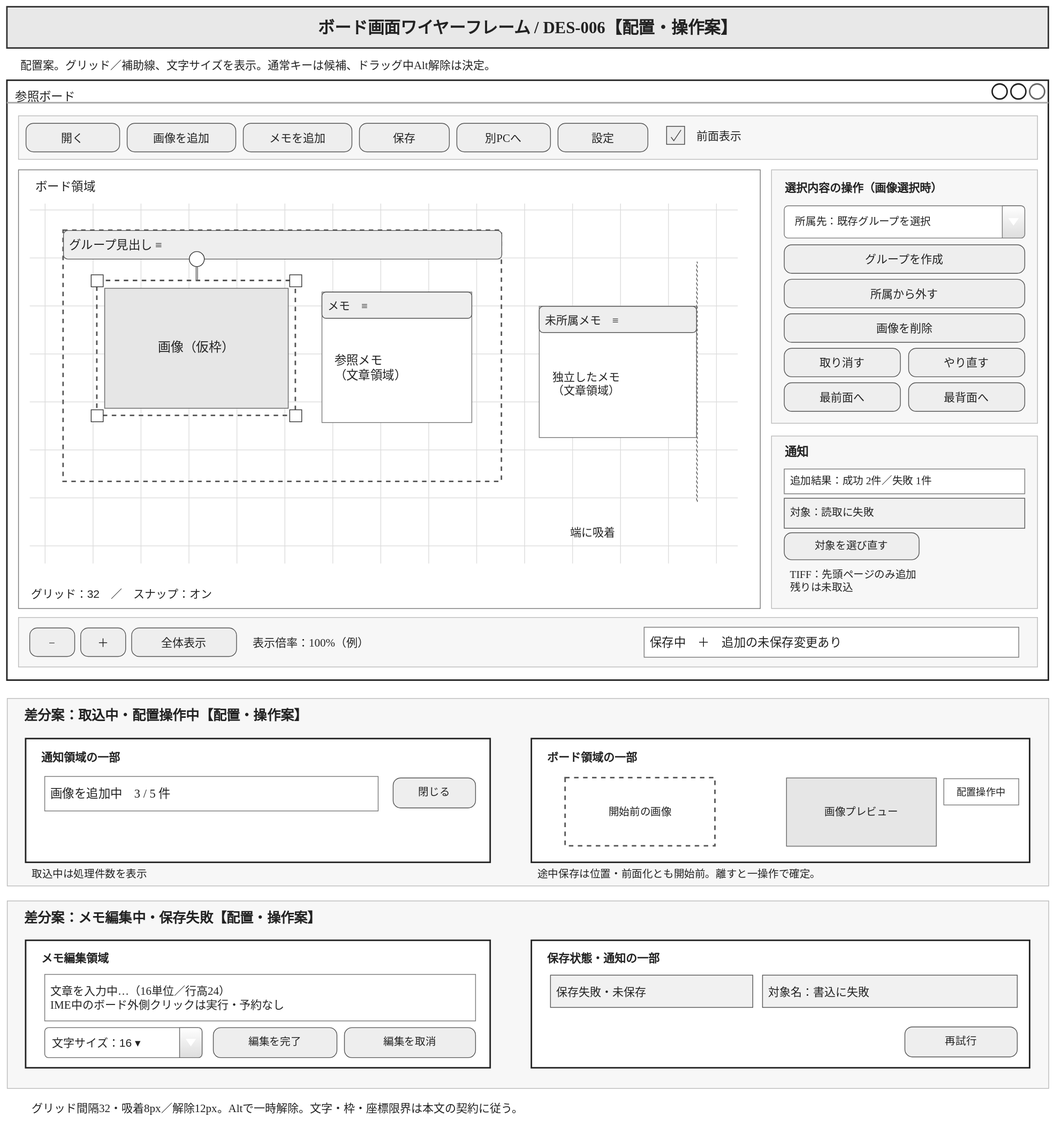
Above: docs/product-design/screen-design/diagrams/board-layout.drawio.svg in myzkkzy/reference-app (draw.io), before the change. Source tidied: cells renumbered, new cells last; positions are measured from the earlier drawing's top-left corner, leaving out a move shared by most shapes.
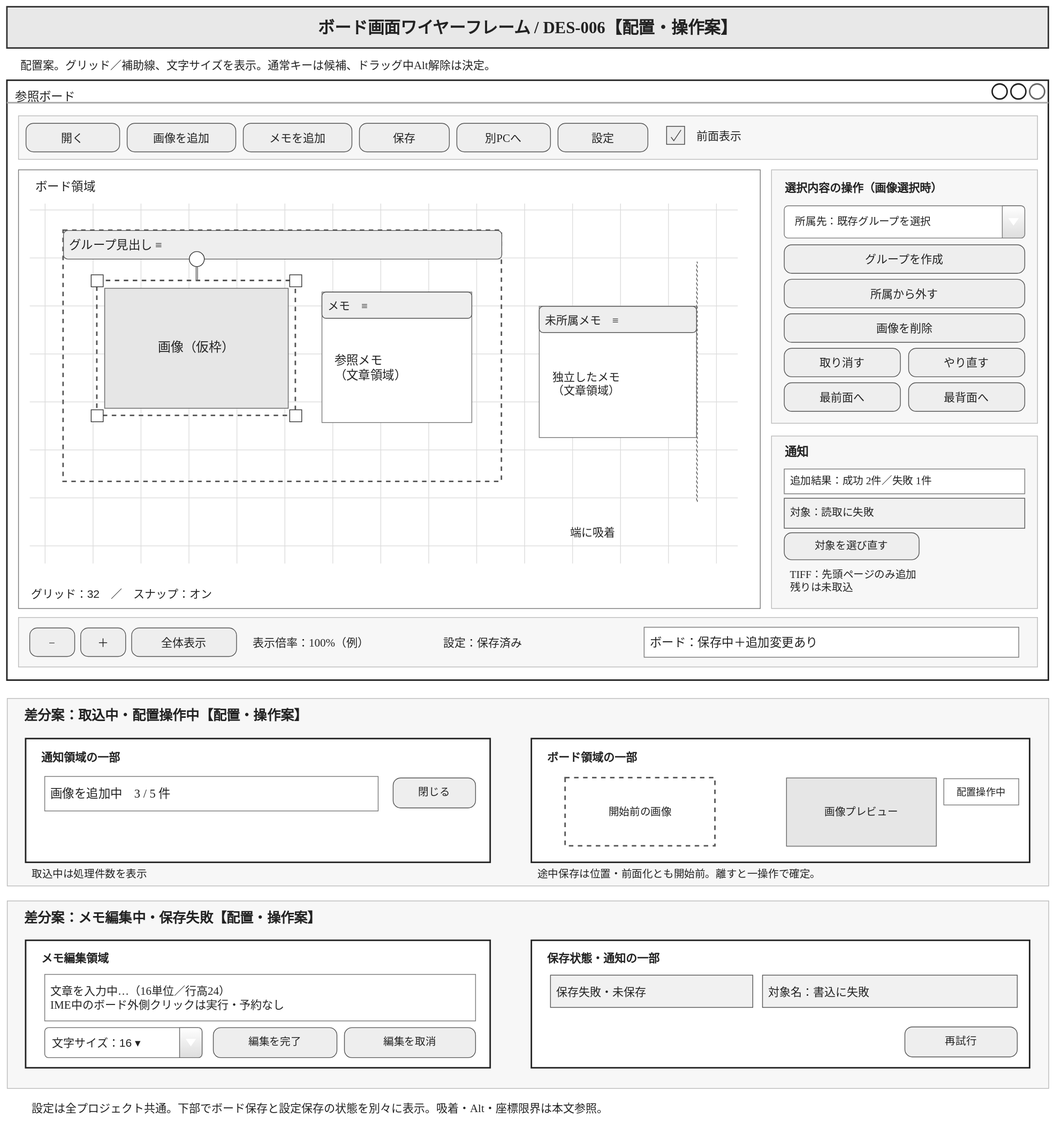
Above is the later version.

The edit, as a diff of the source:
```diff
@@ -212,7 +212,7 @@
     <mxCell id="71" value="表示倍率：100%（例）" style="rounded=0;fillColor=none;strokeColor=none;whiteSpace=wrap;html=0;fontFamily=Yu Gothic;fontSize=15;fontColor=#222222;align=left;verticalAlign=middle;spacing=8;" parent="1" vertex="1">
       <mxGeometry x="320" y="830" width="245" height="34" as="geometry" />
     </mxCell>
-    <mxCell id="72" value="保存中　＋　追加の未保存変更あり" style="rounded=0;fillColor=#FFFFFF;strokeColor=#777777;strokeWidth=1;whiteSpace=wrap;html=0;fontFamily=Yu Gothic;fontSize=16;fontColor=#222222;align=left;verticalAlign=middle;spacing=8;" parent="1" vertex="1">
+    <mxCell id="72" value="ボード：保存中＋追加変更あり" style="rounded=0;fillColor=#FFFFFF;strokeColor=#777777;strokeWidth=1;whiteSpace=wrap;html=0;fontFamily=Yu Gothic;fontSize=16;fontColor=#222222;align=left;verticalAlign=middle;spacing=8;" parent="1" vertex="1">
       <mxGeometry x="850" y="827" width="500" height="40" as="geometry" />
     </mxCell>
     <mxCell id="73" style="rounded=0;fillColor=#F7F7F7;strokeColor=#BBBBBB;strokeWidth=1;whiteSpace=wrap;html=0;fontFamily=Yu Gothic;fontSize=15;fontColor=#222222;align=center;verticalAlign=middle;spacing=8;" parent="1" vertex="1">
@@ -290,7 +290,7 @@
     <mxCell id="97" value="再試行" style="rounded=1;fillColor=#EEEEEE;strokeColor=#555555;strokeWidth=1;whiteSpace=wrap;html=0;fontFamily=Yu Gothic;fontSize=14;fontColor=#222222;align=center;verticalAlign=middle;spacing=8;shape=mxgraph.mockup.buttons.button;mainText=;buttonStyle=round;gradientColor=none;" parent="1" vertex="1">
       <mxGeometry x="1198" y="1360" width="150" height="40" as="geometry" />
     </mxCell>
-    <mxCell id="98" value="グリッド間隔32・吸着8px／解除12px。Altで一時解除。文字・枠・座標限界は本文の契約に従う。" style="rounded=0;fillColor=none;strokeColor=none;whiteSpace=wrap;html=0;fontFamily=Yu Gothic;fontSize=15;fontColor=#222222;align=left;verticalAlign=middle;spacing=8;" parent="1" vertex="1">
+    <mxCell id="98" value="設定は全プロジェクト共通。下部でボード保存と設定保存の状態を別々に表示。吸着・Alt・座標限界は本文参照。" style="rounded=0;fillColor=none;strokeColor=none;whiteSpace=wrap;html=0;fontFamily=Yu Gothic;fontSize=15;fontColor=#222222;align=left;verticalAlign=middle;spacing=8;" parent="1" vertex="1">
       <mxGeometry x="25" y="1450" width="1340" height="35" as="geometry" />
     </mxCell>
     <mxCell id="99" value="やり直す" style="rounded=1;fillColor=#EEEEEE;strokeColor=#555555;strokeWidth=1;whiteSpace=wrap;html=0;fontFamily=Yu Gothic;fontSize=15;fontColor=#222222;align=center;verticalAlign=middle;spacing=8;shape=mxgraph.mockup.buttons.button;mainText=;buttonStyle=round;gradientColor=none;" parent="1" vertex="1">
@@ -314,5 +314,8 @@
     <mxCell id="105" value="文字サイズ：16 ▾" style="html=1;whiteSpace=wrap;fontFamily=Arial;fontSize=15;fontColor=#222222;strokeColor=#666666;fillColor=#ffffff;gradientColor=none;shadow=0;shape=mxgraph.mockup.forms.comboBox;mainText=;align=left;spacingLeft=8;fillColor2=#dddddd;" parent="1" vertex="1">
       <mxGeometry x="50" y="1361" width="210" height="40" as="geometry" />
     </mxCell>
+    <mxCell id="106" value="設定：保存済み" style="html=1;whiteSpace=wrap;fontFamily=Arial;fontSize=15;fontColor=#222222;strokeColor=#666666;fillColor=#ffffff;gradientColor=none;shadow=0;text;strokeColor=none;fillColor=none;align=left;verticalAlign=middle;" parent="1" vertex="1">
+      <mxGeometry x="580" y="830" width="250" height="34" as="geometry" />
+    </mxCell>
   </root>
 </mxGraphModel>
```
